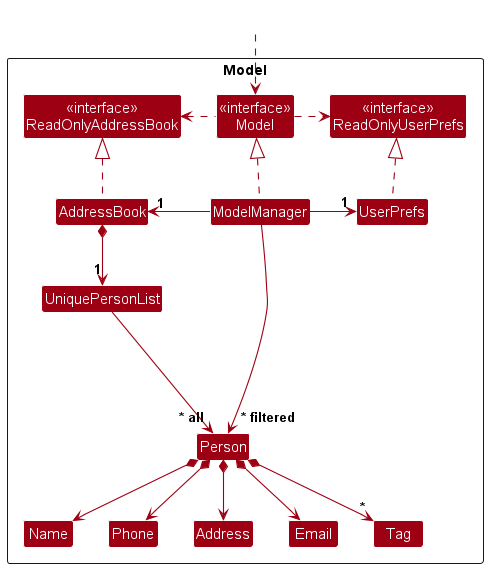
The PlantUML diagram docs/images/ModelClassDiagram.png in nus-cs2103-AY2425S1/tp, before a commit.
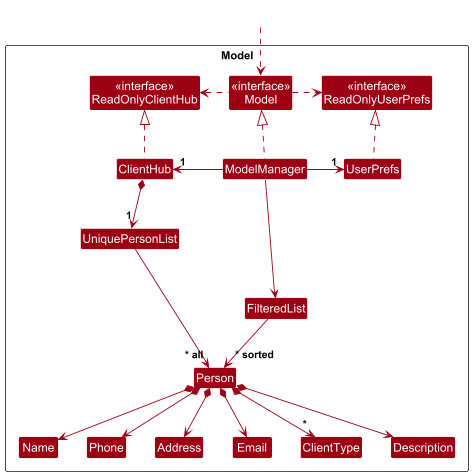
The same diagram one commit later.

Commit message:
Update developer guide regarding model

Change to the diagram source:
```diff
@@ -5,12 +5,13 @@
 skinparam classBackgroundColor MODEL_COLOR
 
 Package Model as ModelPackage <<Rectangle>>{
-Class "<<interface>>\nReadOnlyAddressBook" as ReadOnlyAddressBook
+Class "<<interface>>\nReadOnlyClientHub" as ReadOnlyClientHub
 Class "<<interface>>\nReadOnlyUserPrefs" as ReadOnlyUserPrefs
 Class "<<interface>>\nModel" as Model
-Class AddressBook
+Class ClientHub
 Class ModelManager
 Class UserPrefs
+Class FilteredList
 
 Class UniquePersonList
 Class Person
@@ -18,7 +19,8 @@
 Class Email
 Class Name
 Class Phone
-Class Tag
+Class ClientType
+Class Description
 
 Class I #FFFFFF
 }
@@ -26,22 +28,23 @@
 Class HiddenOutside #FFFFFF
 HiddenOutside ..> Model
 
-AddressBook .up.|> ReadOnlyAddressBook
+ClientHub .up.|> ReadOnlyClientHub
 
 ModelManager .up.|> Model
 Model .right.> ReadOnlyUserPrefs
-Model .left.> ReadOnlyAddressBook
-ModelManager -left-> "1" AddressBook
+Model .left.> ReadOnlyClientHub
+ModelManager -left-> "1" ClientHub
 ModelManager -right-> "1" UserPrefs
 UserPrefs .up.|> ReadOnlyUserPrefs
 
-AddressBook *--> "1" UniquePersonList
+ClientHub *--> "1" UniquePersonList
 UniquePersonList --> "~* all" Person
 Person *--> Name
 Person *--> Phone
 Person *--> Email
 Person *--> Address
-Person *--> "*" Tag
+Person *--> "*" ClientType
+Person *--> Description
 
 Person -[hidden]up--> I
 UniquePersonList -[hidden]right-> I
@@ -50,5 +53,6 @@
 Phone -[hidden]right-> Address
 Address -[hidden]right-> Email
 
-ModelManager --> "~* filtered" Person
+ModelManager --> FilteredList
+FilteredList --> "~* sorted" Person
 @enduml
```
